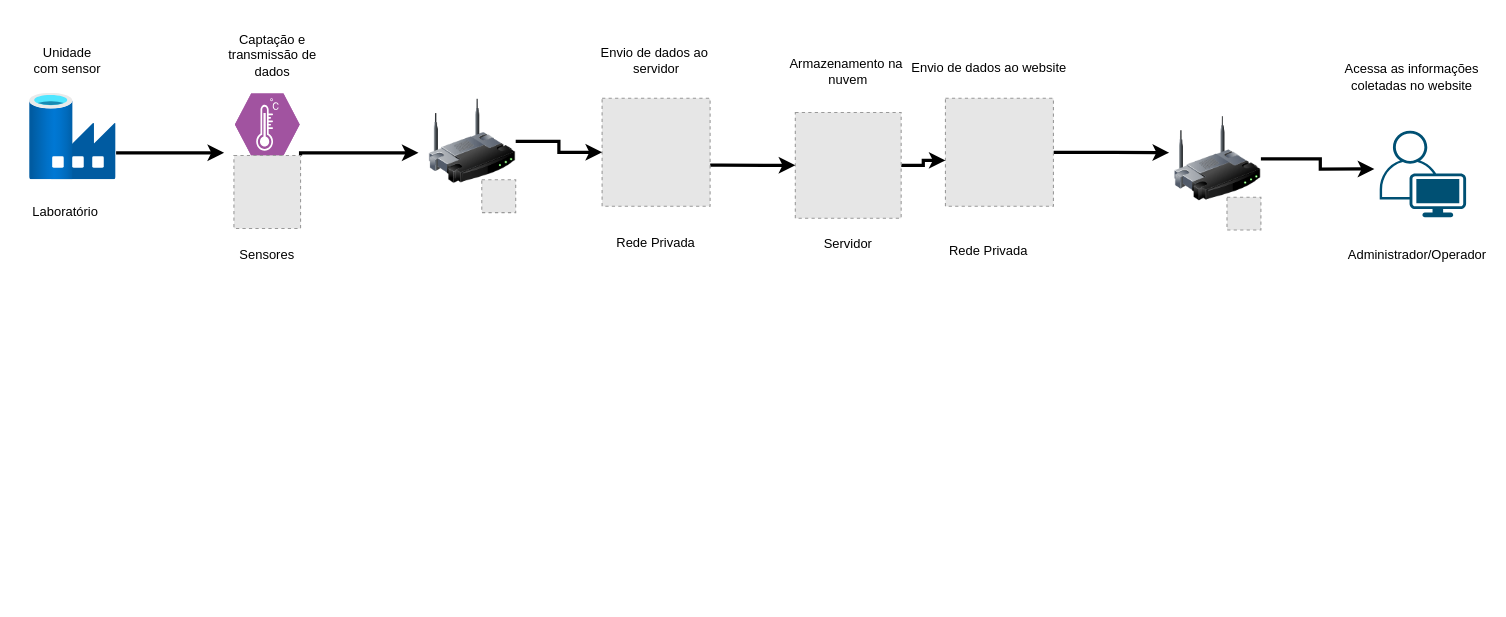
TheusHss/DevBand keeps this draw.io diagram as Documentação/hld.drawio. Above is the earlier version. Source tidied: cells renumbered, new cells numbered last; positions are measured from the earlier drawing's top-left corner, leaving out a move shared by most shapes. Both pictures are drawn from the tidied source at 108%, with x=0, y=0 at pixel (18, 33). Pictures stored in the file or linked from it are replaced by grey dashed boxes.
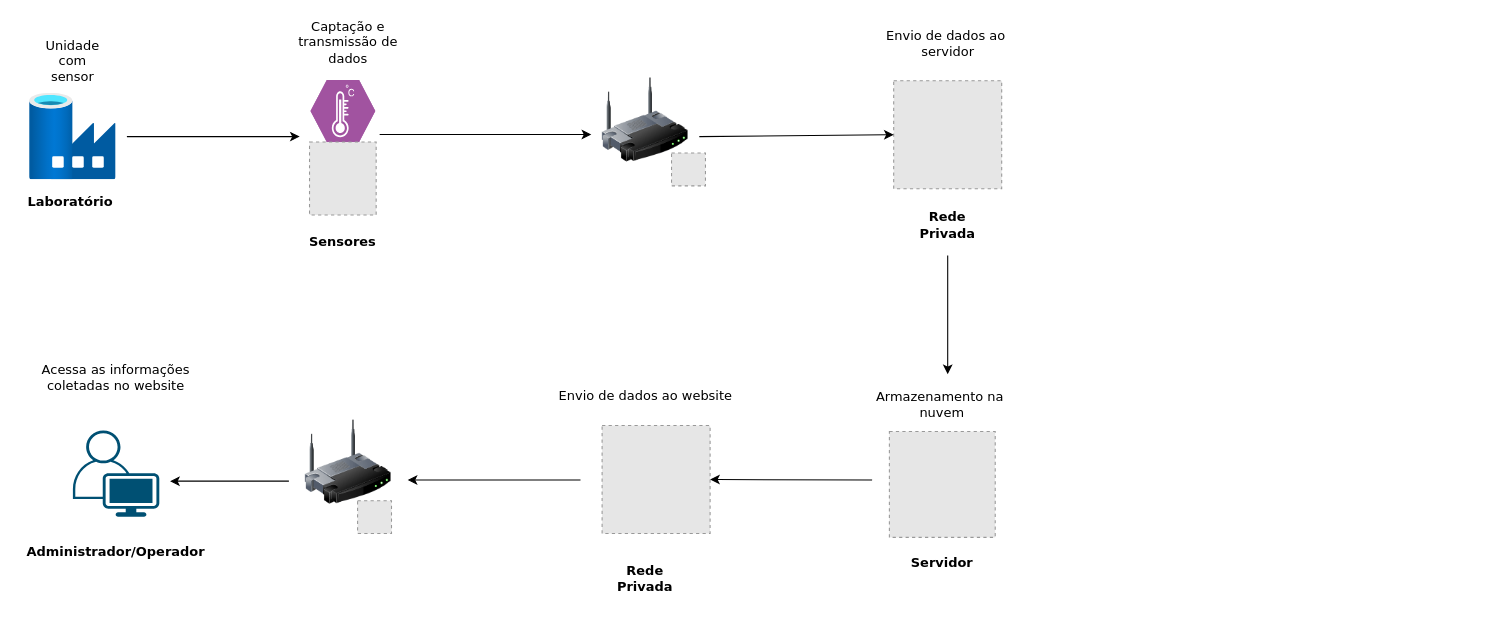
The same page after the edit.

The change refers to these unchanged cells:
```xml
<mxCell id="3" style="html=1;points=[];align=center;image;fontSize=12;image=img/lib/azure2/databases/Data_Factory.svg;" parent="1" vertex="1">
  <mxGeometry x="10" y="55" width="80" height="80" as="geometry" />
</mxCell>
```

The edit, as a diff of the source:
```diff
@@
-    <mxCell id="2" style="edgeStyle=orthogonalEdgeStyle;rounded=0;jettySize=auto;html=1;strokeWidth=3;" parent="1" edge="1" source="3">
-      <mxGeometry relative="1" as="geometry">
-        <mxPoint x="190" y="110" as="targetPoint" />
-        <Array as="points">
-          <mxPoint x="120" y="110" />
-          <mxPoint x="120" y="110" />
-        </Array>
-      </mxGeometry>
-    </mxCell>
@@
     <mxCell id="4" style="verticalLabelPosition=bottom;html=1;fillColor=#A153A0;strokeColor=#ffffff;verticalAlign=top;align=center;points=[[0,0.5,0],[0.125,0.25,0],[0.25,0,0],[0.5,0,0],[0.75,0,0],[0.875,0.25,0],[1,0.5,0],[0.875,0.75,0],[0.75,1,0],[0.5,1,0],[0.125,0.75,0]];shape=mxgraph.cisco_safe.compositeIcon;bgIcon=mxgraph.cisco_safe.design.blank_device;resIcon=mxgraph.cisco_safe.design.sensor;" parent="1" vertex="1">
-      <mxGeometry x="200" y="55" width="60" height="57.5" as="geometry" />
+      <mxGeometry x="270" y="42.5" width="60" height="57.5" as="geometry" />
     </mxCell>
-    <mxCell id="5" style="edgeStyle=orthogonalEdgeStyle;rounded=0;jettySize=auto;html=1;exitX=1;exitY=0;exitDx=0;exitDy=0;strokeWidth=3;" parent="1" edge="1" source="6">
-      <mxGeometry relative="1" as="geometry">
-        <mxPoint x="370" y="110" as="targetPoint" />
-        <Array as="points">
-          <mxPoint x="261" y="110" />
-        </Array>
-      </mxGeometry>
-    </mxCell>
     <mxCell id="6" style="fillColor=#E6E6E6;strokeColor=#999999;dashed=1;verticalLabelPosition=bottom;labelBackgroundColor=#ffffff;verticalAlign=top;" parent="1" vertex="1">
-      <mxGeometry x="199.1" y="112.5" width="61.7" height="67.5" as="geometry" />
+      <mxGeometry x="269.1" y="100" width="61.7" height="67.5" as="geometry" />
     </mxCell>
     <mxCell id="7" style="points=[[0.35,0,0],[0.98,0.51,0],[1,0.71,0],[0.67,1,0],[0,0.795,0],[0,0.65,0]];verticalLabelPosition=bottom;html=1;verticalAlign=top;align=center;shape=mxgraph.cisco19.user;fillColor=#005073;strokeColor=none;" parent="1" vertex="1">
-      <mxGeometry x="1260" y="89.6" width="80" height="80" as="geometry" />
+      <mxGeometry x="50" y="367.1" width="80" height="80" as="geometry" />
     </mxCell>
-    <mxCell id="8" value="Captação e transmissão de dados" style="text;html=1;strokeColor=none;fillColor=none;align=center;verticalAlign=middle;whiteSpace=wrap;rounded=0;" parent="1" vertex="1">
-      <mxGeometry x="180" width="110" height="40" as="geometry" />
+    <mxCell id="8" value="Captação e transmissão de dados" style="text;html=1;strokeColor=none;fillColor=none;align=center;verticalAlign=middle;whiteSpace=wrap;rounded=0;fontFamily=Verdana;fontStyle=0;" parent="1" vertex="1">
+      <mxGeometry x="250" y="-12.5" width="110" height="40" as="geometry" />
     </mxCell>
-    <mxCell id="9" value="Unidade com sensor" style="text;html=1;strokeColor=none;fillColor=none;align=center;verticalAlign=middle;whiteSpace=wrap;rounded=0;" parent="1" vertex="1">
-      <mxGeometry x="10" y="15" width="70" height="20" as="geometry" />
+    <mxCell id="9" value="Unidade com sensor" style="text;html=1;strokeColor=none;fillColor=none;align=center;verticalAlign=middle;whiteSpace=wrap;rounded=0;fontFamily=Verdana;" parent="1" vertex="1">
+      <mxGeometry x="15" y="15" width="70" height="20" as="geometry" />
     </mxCell>
-    <mxCell id="10" value="Laboratório&amp;nbsp;" style="text;html=1;strokeColor=none;fillColor=none;align=center;verticalAlign=middle;whiteSpace=wrap;rounded=0;" parent="1" vertex="1">
-      <mxGeometry y="150" width="90" height="30" as="geometry" />
+    <mxCell id="10" value="Laboratório&amp;nbsp;" style="text;html=1;strokeColor=none;fillColor=none;align=center;verticalAlign=middle;whiteSpace=wrap;rounded=0;fontFamily=Verdana;fontStyle=1;" parent="1" vertex="1">
+      <mxGeometry x="5" y="140.6" width="90" height="30" as="geometry" />
     </mxCell>
-    <mxCell id="11" value="Sensores" style="text;html=1;strokeColor=none;fillColor=none;align=center;verticalAlign=middle;whiteSpace=wrap;rounded=0;" parent="1" vertex="1">
-      <mxGeometry x="195" y="195" width="70" height="20" as="geometry" />
+    <mxCell id="11" value="Sensores" style="text;html=1;strokeColor=none;fillColor=none;align=center;verticalAlign=middle;whiteSpace=wrap;rounded=0;fontFamily=Verdana;fontStyle=1;" parent="1" vertex="1">
+      <mxGeometry x="265" y="182.5" width="70" height="20" as="geometry" />
     </mxCell>
-    <mxCell id="12" value="Servidor" style="text;html=1;strokeColor=none;fillColor=none;align=center;verticalAlign=middle;whiteSpace=wrap;rounded=0;" parent="1" vertex="1">
-      <mxGeometry x="742.9" y="184.5" width="50" height="20" as="geometry" />
+    <mxCell id="12" value="Servidor" style="text;html=1;strokeColor=none;fillColor=none;align=center;verticalAlign=middle;whiteSpace=wrap;rounded=0;fontFamily=Verdana;fontStyle=1;" parent="1" vertex="1">
+      <mxGeometry x="830" y="480" width="50" height="20" as="geometry" />
     </mxCell>
-    <mxCell id="13" value="Administrador/Operador" style="text;html=1;strokeColor=none;fillColor=none;align=center;verticalAlign=middle;whiteSpace=wrap;rounded=0;" parent="1" vertex="1">
-      <mxGeometry x="1230" y="187.5" width="130" height="35" as="geometry" />
+    <mxCell id="13" value="Administrador/Operador" style="text;html=1;strokeColor=none;fillColor=none;align=center;verticalAlign=middle;whiteSpace=wrap;rounded=0;fontFamily=Verdana;fontStyle=1;" parent="1" vertex="1">
+      <mxGeometry x="25" y="462.5" width="130" height="35" as="geometry" />
     </mxCell>
-    <mxCell id="14" value="Acessa as informações coletadas no website" style="text;html=1;strokeColor=none;fillColor=none;align=center;verticalAlign=middle;whiteSpace=wrap;rounded=0;" parent="1" vertex="1">
-      <mxGeometry x="1220" y="25" width="140" height="30" as="geometry" />
+    <mxCell id="14" value="Acessa as informações coletadas no website" style="text;html=1;strokeColor=none;fillColor=none;align=center;verticalAlign=middle;whiteSpace=wrap;rounded=0;fontFamily=Verdana;" parent="1" vertex="1">
+      <mxGeometry x="20" y="302.5" width="140" height="30" as="geometry" />
     </mxCell>
-    <mxCell id="15" value="Armazenamento na&amp;nbsp;&lt;br&gt;nuvem" style="text;html=1;strokeColor=none;fillColor=none;align=center;verticalAlign=middle;whiteSpace=wrap;rounded=0;" parent="1" vertex="1">
-      <mxGeometry x="697.9" y="17" width="140" height="35" as="geometry" />
+    <mxCell id="15" value="Armazenamento na&amp;nbsp;&lt;br&gt;nuvem" style="text;html=1;strokeColor=none;fillColor=none;align=center;verticalAlign=middle;whiteSpace=wrap;rounded=0;fontFamily=Verdana;" parent="1" vertex="1">
+      <mxGeometry x="785" y="325" width="140" height="35" as="geometry" />
     </mxCell>
-    <mxCell id="16" style="edgeStyle=orthogonalEdgeStyle;rounded=0;jettySize=auto;html=1;entryX=0.001;entryY=0.575;entryDx=0;entryDy=0;entryPerimeter=0;strokeWidth=3;" parent="1" edge="1" source="17" target="26">
-      <mxGeometry relative="1" as="geometry" />
-    </mxCell>
     <mxCell id="17" style="fillColor=#E6E6E6;strokeColor=#999999;dashed=1;html=1;verticalAlign=top;verticalLabelPosition=bottom;labelBackgroundColor=#ffffff;" parent="1" vertex="1">
-      <mxGeometry x="718.9" y="72.6" width="98" height="98" as="geometry" />
+      <mxGeometry x="806" y="368.1" width="98" height="98" as="geometry" />
     </mxCell>
-    <mxCell id="18" style="edgeStyle=orthogonalEdgeStyle;rounded=0;jettySize=auto;html=1;entryX=0;entryY=0.5;entryDx=0;entryDy=0;strokeWidth=3;" parent="1" edge="1" source="19" target="17">
-      <mxGeometry relative="1" as="geometry">
-        <Array as="points">
-          <mxPoint x="650" y="121.5" />
-          <mxPoint x="650" y="121.5" />
-        </Array>
-      </mxGeometry>
-    </mxCell>
     <mxCell id="19" style="fillColor=#E6E6E6;strokeColor=#999999;dashed=1;html=1;verticalAlign=top;verticalLabelPosition=bottom;labelBackgroundColor=#ffffff;" parent="1" vertex="1">
-      <mxGeometry x="540" y="59.5" width="100" height="100" as="geometry" />
+      <mxGeometry x="810" y="43.2" width="100" height="100" as="geometry" />
     </mxCell>
-    <mxCell id="20" value="Rede Privada" style="text;html=1;strokeColor=none;fillColor=none;align=center;verticalAlign=middle;whiteSpace=wrap;rounded=0;" parent="1" vertex="1">
-      <mxGeometry x="545" y="174.5" width="90" height="38.1" as="geometry" />
+    <mxCell id="20" value="Rede Privada" style="text;html=1;strokeColor=none;fillColor=none;align=center;verticalAlign=middle;whiteSpace=wrap;rounded=0;fontFamily=Verdana;fontStyle=1;" parent="1" vertex="1">
+      <mxGeometry x="815" y="158.2" width="90" height="38.1" as="geometry" />
     </mxCell>
-    <mxCell id="21" value="Envio de dados ao&amp;nbsp;&lt;br&gt;servidor" style="text;html=1;align=center;verticalAlign=middle;" parent="1" vertex="1">
-      <mxGeometry x="530" y="10" width="120" height="30" as="geometry" />
+    <mxCell id="21" value="Envio de dados ao&amp;nbsp;&lt;br&gt;servidor" style="text;html=1;align=center;verticalAlign=middle;fontFamily=Verdana;" parent="1" vertex="1">
+      <mxGeometry x="795" y="-6.3" width="130" height="30" as="geometry" />
     </mxCell>
     <mxCell id="22" style="fillColor=#E6E6E6;strokeColor=#999999;dashed=1;verticalLabelPosition=bottom;labelBackgroundColor=#ffffff;verticalAlign=top;" parent="1" vertex="1">
-      <mxGeometry x="428.6" y="135" width="31.4" height="30.4" as="geometry" />
+      <mxGeometry x="604.3" y="110.2" width="31.4" height="30.4" as="geometry" />
     </mxCell>
-    <mxCell id="23" style="edgeStyle=orthogonalEdgeStyle;rounded=0;jettySize=auto;html=1;strokeWidth=3;" parent="1" edge="1" source="24" target="19">
-      <mxGeometry relative="1" as="geometry" />
-    </mxCell>
     <mxCell id="24" style="image;html=1;image=img/lib/clip_art/networking/Wireless_Router_128x128.png;" parent="1" vertex="1">
-      <mxGeometry x="380" y="59.5" width="80" height="80" as="geometry" />
+      <mxGeometry x="540" y="39.8" width="80" height="80" as="geometry" />
     </mxCell>
-    <mxCell id="25" style="edgeStyle=orthogonalEdgeStyle;rounded=0;jettySize=auto;html=1;entryX=-0.062;entryY=0.428;entryDx=0;entryDy=0;entryPerimeter=0;strokeWidth=3;" parent="1" edge="1" source="26" target="31">
-      <mxGeometry relative="1" as="geometry" />
-    </mxCell>
     <mxCell id="26" style="fillColor=#E6E6E6;strokeColor=#999999;dashed=1;html=1;verticalAlign=top;verticalLabelPosition=bottom;labelBackgroundColor=#ffffff;" parent="1" vertex="1">
-      <mxGeometry x="857.9" y="59.5" width="100" height="100" as="geometry" />
+      <mxGeometry x="540" y="362.5" width="100" height="100" as="geometry" />
     </mxCell>
-    <mxCell id="27" value="Rede Privada" style="text;html=1;strokeColor=none;fillColor=none;align=center;verticalAlign=middle;whiteSpace=wrap;rounded=0;" parent="1" vertex="1">
-      <mxGeometry x="852.9" y="181.5" width="90" height="38.1" as="geometry" />
+    <mxCell id="27" value="Rede Privada" style="text;html=1;strokeColor=none;fillColor=none;align=center;verticalAlign=middle;whiteSpace=wrap;rounded=0;fontFamily=Verdana;fontStyle=1;" parent="1" vertex="1">
+      <mxGeometry x="535" y="484.5" width="90" height="38.1" as="geometry" />
     </mxCell>
-    <mxCell id="28" value="Envio de dados ao website" style="text;html=1;align=center;verticalAlign=middle;" parent="1" vertex="1">
-      <mxGeometry x="817.9" y="22" width="160" height="20" as="geometry" />
+    <mxCell id="28" value="Envio de dados ao website" style="text;html=1;align=center;verticalAlign=middle;fontFamily=Verdana;" parent="1" vertex="1">
+      <mxGeometry x="490" y="325" width="180" height="20" as="geometry" />
     </mxCell>
     <mxCell id="29" style="fillColor=#E6E6E6;strokeColor=#999999;dashed=1;verticalLabelPosition=bottom;labelBackgroundColor=#ffffff;verticalAlign=top;" parent="1" vertex="1">
-      <mxGeometry x="1118.6" y="151.1" width="31.4" height="30.4" as="geometry" />
+      <mxGeometry x="313.6" y="432.1" width="31.4" height="30.4" as="geometry" />
     </mxCell>
-    <mxCell id="30" style="edgeStyle=orthogonalEdgeStyle;rounded=0;jettySize=auto;html=1;entryX=-0.062;entryY=0.442;entryDx=0;entryDy=0;entryPerimeter=0;strokeWidth=3;" parent="1" edge="1" source="31" target="7">
-      <mxGeometry relative="1" as="geometry" />
-    </mxCell>
     <mxCell id="31" style="image;html=1;image=img/lib/clip_art/networking/Wireless_Router_128x128.png;" parent="1" vertex="1">
-      <mxGeometry x="1070" y="75.6" width="80" height="80" as="geometry" />
+      <mxGeometry x="265" y="356.6" width="80" height="80" as="geometry" />
     </mxCell>
+    <mxCell id="32" style="endArrow=classic;html=1;fontFamily=Verdana;exitX=1.067;exitY=0.878;exitDx=0;exitDy=0;exitPerimeter=0;" parent="1" edge="1" source="4">
+      <mxGeometry relative="1" as="geometry">
+        <mxPoint x="530" y="93" as="targetPoint" />
+      </mxGeometry>
+    </mxCell>
+    <mxCell id="33" style="endArrow=classic;html=1;fontFamily=Verdana;" parent="1" edge="1">
+      <mxGeometry relative="1" as="geometry">
+        <mxPoint x="100" y="95" as="sourcePoint" />
+        <mxPoint x="260" y="95" as="targetPoint" />
+      </mxGeometry>
+    </mxCell>
+    <mxCell id="34" style="endArrow=classic;html=1;fontFamily=Verdana;entryX=0;entryY=0.5;entryDx=0;entryDy=0;" parent="1" edge="1" target="19">
+      <mxGeometry relative="1" as="geometry">
+        <mxPoint x="630" y="95" as="sourcePoint" />
+      </mxGeometry>
+    </mxCell>
+    <mxCell id="35" style="endArrow=classic;html=1;fontFamily=Verdana;" parent="1" edge="1">
+      <mxGeometry relative="1" as="geometry">
+        <mxPoint x="860" y="205" as="sourcePoint" />
+        <mxPoint x="860" y="315" as="targetPoint" />
+      </mxGeometry>
+    </mxCell>
+    <mxCell id="36" style="endArrow=classic;html=1;fontFamily=Verdana;entryX=1;entryY=0.5;entryDx=0;entryDy=0;" parent="1" edge="1" target="26">
+      <mxGeometry relative="1" as="geometry">
+        <mxPoint x="790" y="413" as="sourcePoint" />
+      </mxGeometry>
+    </mxCell>
+    <mxCell id="37" style="endArrow=classic;html=1;fontFamily=Verdana;" parent="1" edge="1">
+      <mxGeometry relative="1" as="geometry">
+        <mxPoint x="520" y="413" as="sourcePoint" />
+        <mxPoint x="360" y="413" as="targetPoint" />
+      </mxGeometry>
+    </mxCell>
+    <mxCell id="38" style="endArrow=classic;html=1;fontFamily=Verdana;" parent="1" edge="1">
+      <mxGeometry relative="1" as="geometry">
+        <mxPoint x="250" y="414" as="sourcePoint" />
+        <mxPoint x="140" y="414" as="targetPoint" />
+        <Array as="points">
+          <mxPoint x="200" y="414" />
+        </Array>
+      </mxGeometry>
+    </mxCell>
```
